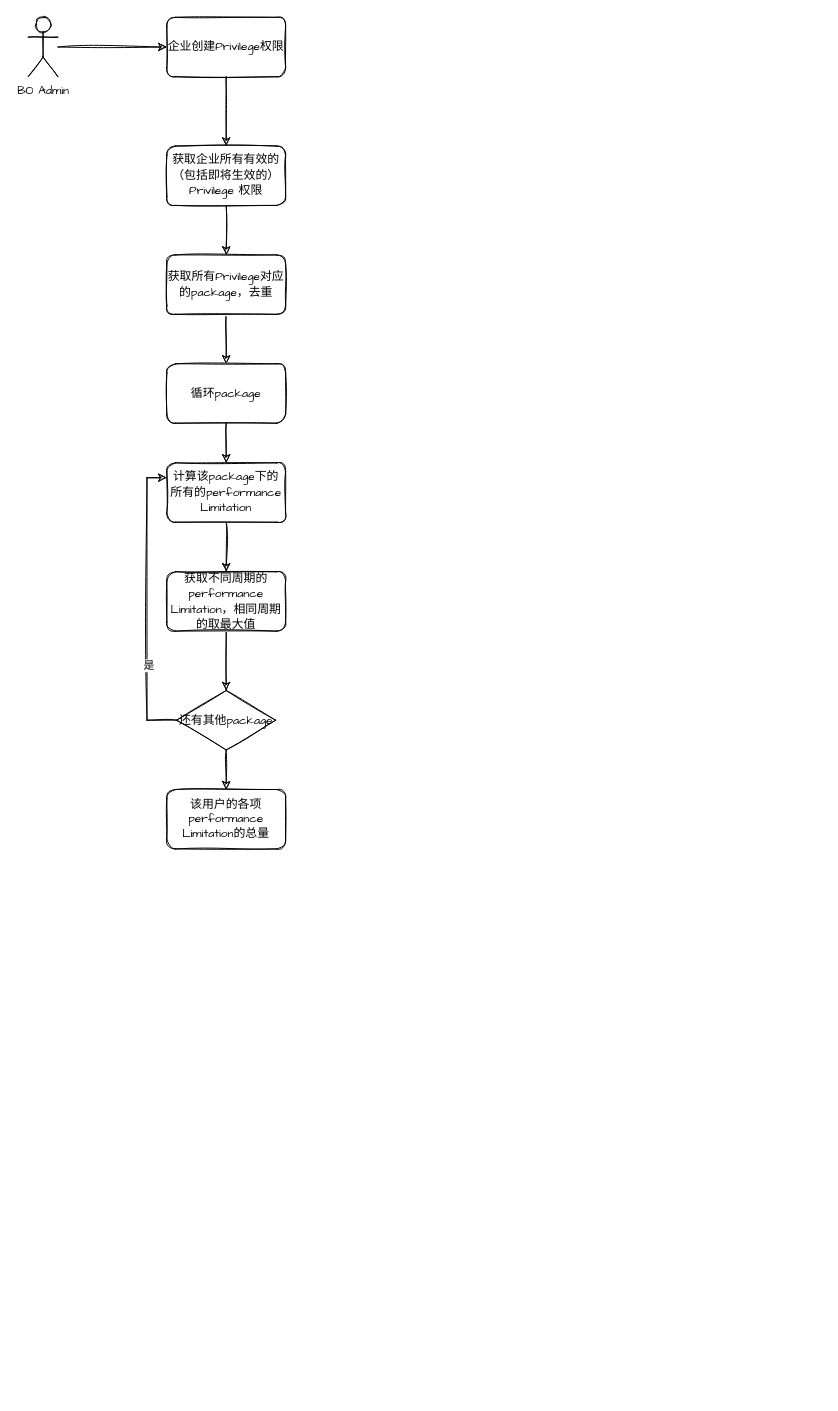
The draw.io diagram page "Capacity Total" (5 of 5) of Capacity Management.drawio in yindongjun/gangzhang.github.io, before the edit. Source tidied: cells renumbered, new cells numbered last; positions are measured from the earlier drawing's top-left corner, leaving out a move shared by most shapes. Both pictures are drawn from the tidied source at 99%, with x=0, y=0 at pixel (28, 17).
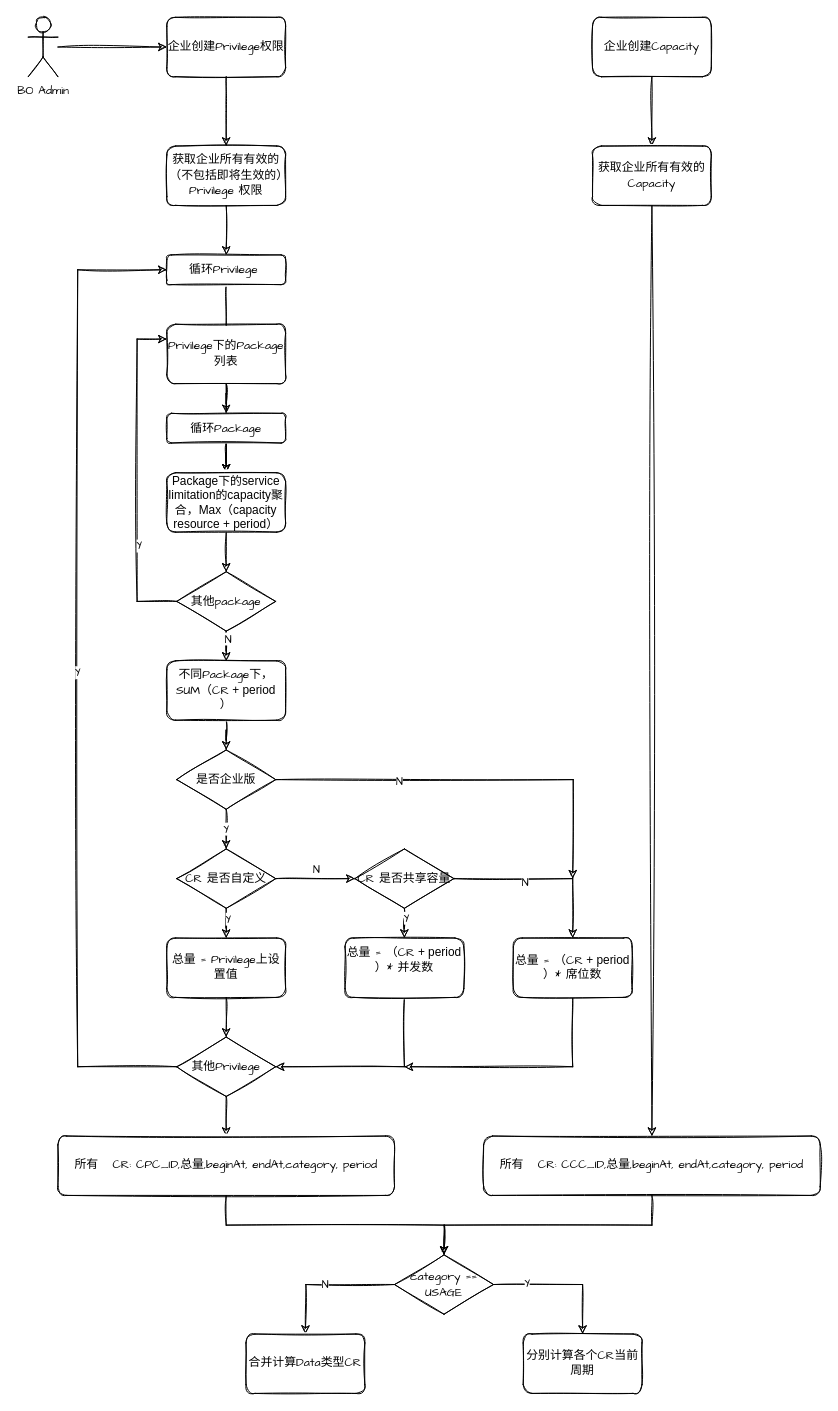
The same page after the edit.

The change refers to these unchanged cells:
```xml
<mxCell id="16" style="edgeStyle=orthogonalEdgeStyle;rounded=0;sketch=1;jettySize=auto;html=1;shadow=0;fontFamily=Comic Sans MS;" parent="1" edge="1" source="17" target="20">
  <mxGeometry relative="1" as="geometry" />
</mxCell>
```

What changed in the source:
```diff
@@
-    <mxCell id="7" value="&lt;font face=&quot;Comic Sans MS&quot;&gt;获取企业所有有效的（包括即将生效的）Privilege 权限&lt;/font&gt;" style="rounded=1;whiteSpace=wrap;html=1;shadow=0;sketch=1;" parent="1" vertex="1">
+    <mxCell id="7" value="&lt;font face=&quot;Comic Sans MS&quot;&gt;获取企业所有有效的（不包括即将生效的）Privilege 权限&lt;/font&gt;" style="rounded=1;whiteSpace=wrap;html=1;shadow=0;sketch=1;" parent="1" vertex="1">
       <mxGeometry x="140" y="130" width="120" height="60" as="geometry" />
     </mxCell>
-    <mxCell id="8" style="edgeStyle=orthogonalEdgeStyle;rounded=0;sketch=1;jettySize=auto;html=1;shadow=0;fontFamily=Comic Sans MS;" parent="1" edge="1" source="9" target="13">
-      <mxGeometry relative="1" as="geometry" />
+    <mxCell id="8" style="edgeStyle=orthogonalEdgeStyle;rounded=0;sketch=1;jettySize=auto;html=1;shadow=0;fontFamily=Comic Sans MS;" parent="1" edge="1" source="9">
+      <mxGeometry relative="1" as="geometry">
+        <mxPoint x="200" y="350" as="targetPoint" />
+      </mxGeometry>
     </mxCell>
-    <mxCell id="9" value="&lt;font face=&quot;Comic Sans MS&quot;&gt;获取所有Privilege对应的package，去重&lt;/font&gt;" style="rounded=1;whiteSpace=wrap;html=1;shadow=0;sketch=1;" parent="1" vertex="1">
-      <mxGeometry x="140" y="240" width="120" height="60" as="geometry" />
+    <mxCell id="9" value="&lt;span style=&quot;font-family: &amp;#34;comic sans ms&amp;#34;&quot;&gt;循环&lt;/span&gt;&lt;span style=&quot;font-family: &amp;#34;comic sans ms&amp;#34;&quot;&gt;Privilege&amp;nbsp;&lt;/span&gt;" style="rounded=1;whiteSpace=wrap;html=1;shadow=0;sketch=1;" parent="1" vertex="1">
+      <mxGeometry x="140" y="240" width="120" height="30" as="geometry" />
     </mxCell>
@@
+    <mxCell id="21" style="edgeStyle=orthogonalEdgeStyle;rounded=0;sketch=1;jettySize=auto;html=1;" parent="1" edge="1" source="11" target="26">
+      <mxGeometry relative="1" as="geometry" />
+    </mxCell>
-    <mxCell id="11" value="&lt;font face=&quot;Comic Sans MS&quot;&gt;计算该package下的所有的performance Limitation&lt;/font&gt;" style="rounded=1;whiteSpace=wrap;html=1;shadow=0;sketch=1;" parent="1" vertex="1">
-      <mxGeometry x="140" y="450" width="120" height="60" as="geometry" />
+    <mxCell id="11" value="&lt;font face=&quot;Comic Sans MS&quot;&gt;Privilege下的Package列表&lt;/font&gt;" style="rounded=1;whiteSpace=wrap;html=1;shadow=0;sketch=1;" parent="1" vertex="1">
+      <mxGeometry x="140" y="310" width="120" height="60" as="geometry" />
     </mxCell>
-    <mxCell id="12" style="edgeStyle=orthogonalEdgeStyle;rounded=0;sketch=1;jettySize=auto;html=1;shadow=0;fontFamily=Comic Sans MS;" parent="1" edge="1" source="13" target="11">
-      <mxGeometry relative="1" as="geometry" />
-    </mxCell>
-    <mxCell id="13" value="&lt;font face=&quot;Comic Sans MS&quot;&gt;循环package&lt;/font&gt;" style="rounded=1;whiteSpace=wrap;html=1;shadow=0;sketch=1;" parent="1" vertex="1">
-      <mxGeometry x="140" y="350" width="120" height="60" as="geometry" />
-    </mxCell>
     <mxCell id="14" style="edgeStyle=orthogonalEdgeStyle;rounded=0;jettySize=auto;html=1;entryX=0;entryY=0.25;entryDx=0;entryDy=0;exitX=0;exitY=0.5;exitDx=0;exitDy=0;shadow=0;sketch=1;" parent="1" edge="1" source="17" target="11">
-      <mxGeometry relative="1" as="geometry" />
+      <mxGeometry relative="1" as="geometry">
+        <Array as="points">
+          <mxPoint x="110" y="590" />
+          <mxPoint x="110" y="325" />
+        </Array>
+      </mxGeometry>
     </mxCell>
-    <mxCell id="15" value="是" style="edgeLabel;html=1;align=center;verticalAlign=middle;fontFamily=Comic Sans MS;" parent="14" vertex="1">
+    <mxCell id="15" value="Y" style="edgeLabel;html=1;align=center;verticalAlign=middle;fontFamily=Comic Sans MS;" parent="14" vertex="1">
       <mxGeometry x="-0.42" y="-1" relative="1" as="geometry" />
     </mxCell>
@@
+    <mxCell id="22" value="N" style="edgeLabel;html=1;align=center;verticalAlign=middle;fontFamily=Comic Sans MS;" parent="16" vertex="1">
+      <mxGeometry x="-0.72" y="1" relative="1" as="geometry" />
+    </mxCell>
-    <mxCell id="17" value="&lt;font face=&quot;Comic Sans MS&quot;&gt;还有其他package&lt;/font&gt;" style="rhombus;whiteSpace=wrap;html=1;shadow=0;sketch=1;" parent="1" vertex="1">
-      <mxGeometry x="150" y="680" width="100" height="60" as="geometry" />
+    <mxCell id="17" value="&lt;font face=&quot;Comic Sans MS&quot;&gt;其他package&lt;/font&gt;" style="rhombus;whiteSpace=wrap;html=1;shadow=0;sketch=1;" parent="1" vertex="1">
+      <mxGeometry x="150" y="560" width="100" height="60" as="geometry" />
     </mxCell>
-    <mxCell id="18" style="edgeStyle=orthogonalEdgeStyle;rounded=0;sketch=1;jettySize=auto;html=1;shadow=0;fontFamily=Comic Sans MS;" parent="1" edge="1" source="19" target="17">
-      <mxGeometry relative="1" as="geometry" />
-    </mxCell>
+    <mxCell id="23" style="edgeStyle=orthogonalEdgeStyle;rounded=0;jettySize=auto;html=1;sketch=1;" parent="1" edge="1" source="19" target="26">
+      <mxGeometry relative="1" as="geometry" />
+    </mxCell>
-    <mxCell id="19" value="&lt;font face=&quot;Comic Sans MS&quot;&gt;获取不同周期的performance Limitation，相同周期的取最大值&lt;/font&gt;" style="rounded=1;whiteSpace=wrap;html=1;shadow=0;sketch=1;" parent="1" vertex="1">
-      <mxGeometry x="140" y="560" width="120" height="60" as="geometry" />
+    <mxCell id="19" value="&lt;font face=&quot;Comic Sans MS&quot;&gt;循环Package&lt;/font&gt;" style="rounded=1;whiteSpace=wrap;html=1;shadow=0;sketch=1;" parent="1" vertex="1">
+      <mxGeometry x="140" y="400" width="120" height="30" as="geometry" />
     </mxCell>
+    <mxCell id="24" style="edgeStyle=orthogonalEdgeStyle;rounded=0;sketch=1;jettySize=auto;html=1;fontFamily=Comic Sans MS;" parent="1" edge="1" source="20" target="30">
+      <mxGeometry relative="1" as="geometry" />
+    </mxCell>
-    <mxCell id="20" value="该用户的各项performance Limitation的总量" style="rounded=1;whiteSpace=wrap;html=1;shadow=0;fontFamily=Comic Sans MS;sketch=1;" parent="1" vertex="1">
-      <mxGeometry x="140" y="780" width="120" height="60" as="geometry" />
+    <mxCell id="20" value="不同Package下，SUM（CR&lt;span style=&quot;font-family: &amp;#34;helvetica&amp;#34;&quot;&gt;&amp;nbsp;+ period&lt;/span&gt;&lt;br&gt;）" style="rounded=1;whiteSpace=wrap;html=1;shadow=0;fontFamily=Comic Sans MS;sketch=1;" parent="1" vertex="1">
+      <mxGeometry x="140" y="650" width="120" height="60" as="geometry" />
     </mxCell>
+    <mxCell id="25" style="edgeStyle=orthogonalEdgeStyle;rounded=0;jettySize=auto;html=1;entryX=0.5;entryY=0;entryDx=0;entryDy=0;sketch=1;" parent="1" edge="1" source="26" target="17">
+      <mxGeometry relative="1" as="geometry" />
+    </mxCell>
+    <mxCell id="26" value="Package下的service limitation的capacity聚合，Max（capacity resource + period）" style="rounded=1;whiteSpace=wrap;html=1;shadow=0;sketch=1;" parent="1" vertex="1">
+      <mxGeometry x="140" y="460" width="120" height="60" as="geometry" />
+    </mxCell>
+    <mxCell id="27" value="&lt;font face=&quot;Comic Sans MS&quot;&gt;Y&lt;/font&gt;" style="edgeStyle=orthogonalEdgeStyle;rounded=0;sketch=1;jettySize=auto;html=1;entryX=0.5;entryY=0;entryDx=0;entryDy=0;" parent="1" edge="1" source="30" target="40">
+      <mxGeometry relative="1" as="geometry" />
+    </mxCell>
+    <mxCell id="28" style="edgeStyle=orthogonalEdgeStyle;rounded=0;sketch=1;jettySize=auto;html=1;fontFamily=Comic Sans MS;" parent="1" edge="1" source="30">
+      <mxGeometry relative="1" as="geometry">
+        <mxPoint x="550" y="870" as="targetPoint" />
+      </mxGeometry>
+    </mxCell>
+    <mxCell id="29" value="N" style="edgeLabel;html=1;align=center;verticalAlign=middle;fontFamily=Comic Sans MS;" parent="28" vertex="1">
+      <mxGeometry x="-0.38" y="-1" relative="1" as="geometry" />
+    </mxCell>
+    <mxCell id="30" value="&lt;font face=&quot;Comic Sans MS&quot;&gt;是否企业版&lt;/font&gt;" style="rhombus;whiteSpace=wrap;html=1;shadow=0;sketch=1;" parent="1" vertex="1">
+      <mxGeometry x="150" y="740" width="100" height="60" as="geometry" />
+    </mxCell>
+    <mxCell id="31" style="edgeStyle=orthogonalEdgeStyle;rounded=0;sketch=1;jettySize=auto;html=1;fontFamily=Comic Sans MS;" parent="1" edge="1" source="35" target="44">
+      <mxGeometry relative="1" as="geometry" />
+    </mxCell>
+    <mxCell id="32" value="Y" style="edgeLabel;html=1;align=center;verticalAlign=middle;fontFamily=Comic Sans MS;" parent="31" vertex="1">
+      <mxGeometry x="-0.64" y="1" relative="1" as="geometry" />
+    </mxCell>
+    <mxCell id="33" style="edgeStyle=orthogonalEdgeStyle;rounded=0;sketch=1;jettySize=auto;html=1;entryX=0.5;entryY=0;entryDx=0;entryDy=0;fontFamily=Comic Sans MS;" parent="1" edge="1" source="35" target="46">
+      <mxGeometry relative="1" as="geometry" />
+    </mxCell>
+    <mxCell id="34" value="N" style="edgeLabel;html=1;align=center;verticalAlign=middle;fontFamily=Comic Sans MS;" parent="33" vertex="1">
+      <mxGeometry x="-0.21" y="-3" relative="1" as="geometry" />
+    </mxCell>
+    <mxCell id="35" value="&lt;font face=&quot;Comic Sans MS&quot;&gt;CR 是否共享容量&lt;/font&gt;" style="rhombus;whiteSpace=wrap;html=1;shadow=0;sketch=1;" parent="1" vertex="1">
+      <mxGeometry x="330" y="840" width="100" height="60" as="geometry" />
+    </mxCell>
+    <mxCell id="36" style="edgeStyle=orthogonalEdgeStyle;rounded=0;sketch=1;jettySize=auto;html=1;fontFamily=Comic Sans MS;" parent="1" edge="1" source="40" target="42">
+      <mxGeometry relative="1" as="geometry" />
+    </mxCell>
+    <mxCell id="37" value="Y" style="edgeLabel;html=1;align=center;verticalAlign=middle;fontFamily=Comic Sans MS;" parent="36" vertex="1">
+      <mxGeometry x="0.2" y="1" relative="1" as="geometry" />
+    </mxCell>
+    <mxCell id="38" style="edgeStyle=orthogonalEdgeStyle;rounded=0;sketch=1;jettySize=auto;html=1;entryX=0;entryY=0.5;entryDx=0;entryDy=0;fontFamily=Comic Sans MS;" parent="1" edge="1" source="40" target="35">
+      <mxGeometry relative="1" as="geometry" />
+    </mxCell>
+    <mxCell id="39" value="N" style="edgeLabel;html=1;align=center;verticalAlign=middle;fontFamily=Comic Sans MS;" parent="38" vertex="1">
+      <mxGeometry x="-0.25" y="-3" relative="1" as="geometry">
+        <mxPoint x="10" y="-13" as="offset" />
+      </mxGeometry>
+    </mxCell>
+    <mxCell id="40" value="&lt;font face=&quot;Comic Sans MS&quot;&gt;CR 是否自定义&lt;/font&gt;" style="rhombus;whiteSpace=wrap;html=1;shadow=0;sketch=1;" parent="1" vertex="1">
+      <mxGeometry x="150" y="840" width="100" height="60" as="geometry" />
+    </mxCell>
+    <mxCell id="41" style="edgeStyle=orthogonalEdgeStyle;rounded=0;sketch=1;jettySize=auto;html=1;fontFamily=Comic Sans MS;" parent="1" edge="1" source="42" target="49">
+      <mxGeometry relative="1" as="geometry" />
+    </mxCell>
+    <mxCell id="42" value="总量 = Privilege上设置值" style="rounded=1;whiteSpace=wrap;html=1;shadow=0;fontFamily=Comic Sans MS;sketch=1;" parent="1" vertex="1">
+      <mxGeometry x="140" y="930" width="120" height="60" as="geometry" />
+    </mxCell>
+    <mxCell id="43" style="edgeStyle=orthogonalEdgeStyle;rounded=0;sketch=1;jettySize=auto;html=1;entryX=1;entryY=0.5;entryDx=0;entryDy=0;fontFamily=Comic Sans MS;exitX=0.5;exitY=1;exitDx=0;exitDy=0;" parent="1" edge="1" source="44" target="49">
+      <mxGeometry relative="1" as="geometry" />
+    </mxCell>
+    <mxCell id="44" value="总量 = （CR&lt;span style=&quot;font-family: &amp;#34;helvetica&amp;#34;&quot;&gt;&amp;nbsp;+ period&lt;/span&gt;&lt;br&gt;）* 并发数&lt;br&gt;&amp;nbsp;" style="rounded=1;whiteSpace=wrap;html=1;shadow=0;fontFamily=Comic Sans MS;sketch=1;" parent="1" vertex="1">
+      <mxGeometry x="320" y="930" width="120" height="60" as="geometry" />
+    </mxCell>
+    <mxCell id="45" style="edgeStyle=orthogonalEdgeStyle;rounded=0;sketch=1;jettySize=auto;html=1;fontFamily=Comic Sans MS;exitX=0.5;exitY=1;exitDx=0;exitDy=0;" parent="1" edge="1" source="46">
+      <mxGeometry relative="1" as="geometry">
+        <mxPoint x="380" y="1060" as="targetPoint" />
+        <Array as="points">
+          <mxPoint x="550" y="1060" />
+        </Array>
+      </mxGeometry>
+    </mxCell>
+    <mxCell id="46" value="总量 = （CR&lt;span style=&quot;font-family: &amp;#34;helvetica&amp;#34;&quot;&gt;&amp;nbsp;+ period&lt;/span&gt;&lt;br&gt;）* 席位数" style="rounded=1;whiteSpace=wrap;html=1;shadow=0;fontFamily=Comic Sans MS;sketch=1;" parent="1" vertex="1">
+      <mxGeometry x="490" y="930" width="120" height="60" as="geometry" />
+    </mxCell>
+    <mxCell id="47" value="Y" style="edgeStyle=orthogonalEdgeStyle;rounded=0;sketch=1;jettySize=auto;html=1;fontFamily=Comic Sans MS;entryX=0;entryY=0.5;entryDx=0;entryDy=0;" parent="1" edge="1" source="49" target="9">
+      <mxGeometry relative="1" as="geometry">
+        <Array as="points">
+          <mxPoint x="50" y="1060" />
+          <mxPoint x="50" y="255" />
+        </Array>
+      </mxGeometry>
+    </mxCell>
+    <mxCell id="48" style="edgeStyle=orthogonalEdgeStyle;rounded=0;sketch=1;jettySize=auto;html=1;fontFamily=Comic Sans MS;" parent="1" edge="1" source="49" target="51">
+      <mxGeometry relative="1" as="geometry" />
+    </mxCell>
+    <mxCell id="49" value="&lt;font face=&quot;Comic Sans MS&quot;&gt;其他Privilege&lt;/font&gt;" style="rhombus;whiteSpace=wrap;html=1;shadow=0;sketch=1;" parent="1" vertex="1">
+      <mxGeometry x="150" y="1030" width="100" height="60" as="geometry" />
+    </mxCell>
+    <mxCell id="50" style="edgeStyle=orthogonalEdgeStyle;rounded=0;sketch=1;jettySize=auto;html=1;fontFamily=Comic Sans MS;" parent="1" edge="1" source="51" target="55">
+      <mxGeometry relative="1" as="geometry" />
+    </mxCell>
+    <mxCell id="51" value="所有&amp;nbsp; &amp;nbsp;CR: CPC_ID,总量,beginAt, endAt,category, period" style="rounded=1;whiteSpace=wrap;html=1;shadow=0;fontFamily=Comic Sans MS;sketch=1;" parent="1" vertex="1">
+      <mxGeometry x="30" y="1130" width="340" height="60" as="geometry" />
+    </mxCell>
+    <mxCell id="52" value="N" style="edgeStyle=orthogonalEdgeStyle;rounded=0;sketch=1;jettySize=auto;html=1;fontFamily=Comic Sans MS;" parent="1" edge="1" source="55">
+      <mxGeometry relative="1" as="geometry">
+        <mxPoint x="280" y="1330" as="targetPoint" />
+      </mxGeometry>
+    </mxCell>
+    <mxCell id="53" style="edgeStyle=orthogonalEdgeStyle;rounded=0;sketch=1;jettySize=auto;html=1;entryX=0.5;entryY=0;entryDx=0;entryDy=0;fontFamily=Comic Sans MS;" parent="1" edge="1" source="55" target="57">
+      <mxGeometry relative="1" as="geometry" />
+    </mxCell>
+    <mxCell id="54" value="Y" style="edgeLabel;html=1;align=center;verticalAlign=middle;fontFamily=Comic Sans MS;" parent="53" vertex="1">
+      <mxGeometry x="-0.53" y="2" relative="1" as="geometry" />
+    </mxCell>
+    <mxCell id="55" value="&lt;font face=&quot;Comic Sans MS&quot;&gt;category == USAGE&lt;/font&gt;" style="rhombus;whiteSpace=wrap;html=1;shadow=0;sketch=1;" parent="1" vertex="1">
+      <mxGeometry x="370" y="1250" width="100" height="60" as="geometry" />
+    </mxCell>
+    <mxCell id="56" value="合并计算Data类型CR" style="rounded=1;whiteSpace=wrap;html=1;shadow=0;fontFamily=Comic Sans MS;sketch=1;" parent="1" vertex="1">
+      <mxGeometry x="220" y="1330" width="120" height="60" as="geometry" />
+    </mxCell>
+    <mxCell id="57" value="分别计算各个CR当前周期" style="rounded=1;whiteSpace=wrap;html=1;shadow=0;fontFamily=Comic Sans MS;sketch=1;" parent="1" vertex="1">
+      <mxGeometry x="500" y="1330" width="120" height="60" as="geometry" />
+    </mxCell>
+    <mxCell id="58" style="edgeStyle=orthogonalEdgeStyle;rounded=0;sketch=1;jettySize=auto;html=1;fontFamily=Comic Sans MS;" parent="1" edge="1" source="59" target="61">
+      <mxGeometry relative="1" as="geometry" />
+    </mxCell>
+    <mxCell id="59" value="&lt;font face=&quot;Comic Sans MS&quot;&gt;企业创建Capacity&lt;/font&gt;" style="rounded=1;whiteSpace=wrap;html=1;shadow=0;sketch=1;" parent="1" vertex="1">
+      <mxGeometry x="570" width="120" height="60" as="geometry" />
+    </mxCell>
+    <mxCell id="60" style="edgeStyle=orthogonalEdgeStyle;rounded=0;sketch=1;jettySize=auto;html=1;fontFamily=Comic Sans MS;entryX=0.5;entryY=0;entryDx=0;entryDy=0;" parent="1" edge="1" source="61" target="63">
+      <mxGeometry relative="1" as="geometry" />
+    </mxCell>
+    <mxCell id="61" value="&lt;font face=&quot;Comic Sans MS&quot;&gt;获取企业所有有效的Capacity&lt;/font&gt;" style="rounded=1;whiteSpace=wrap;html=1;shadow=0;sketch=1;" parent="1" vertex="1">
+      <mxGeometry x="570" y="130" width="120" height="60" as="geometry" />
+    </mxCell>
+    <mxCell id="62" style="edgeStyle=orthogonalEdgeStyle;rounded=0;sketch=1;jettySize=auto;html=1;fontFamily=Comic Sans MS;exitX=0.5;exitY=1;exitDx=0;exitDy=0;" parent="1" edge="1" source="63">
+      <mxGeometry relative="1" as="geometry">
+        <mxPoint x="420" y="1250" as="targetPoint" />
+      </mxGeometry>
+    </mxCell>
+    <mxCell id="63" value="所有&amp;nbsp; &amp;nbsp;CR: CCC_ID,总量,beginAt, endAt,category, period" style="rounded=1;whiteSpace=wrap;html=1;shadow=0;fontFamily=Comic Sans MS;sketch=1;" parent="1" vertex="1">
+      <mxGeometry x="460" y="1130" width="340" height="60" as="geometry" />
+    </mxCell>
```
